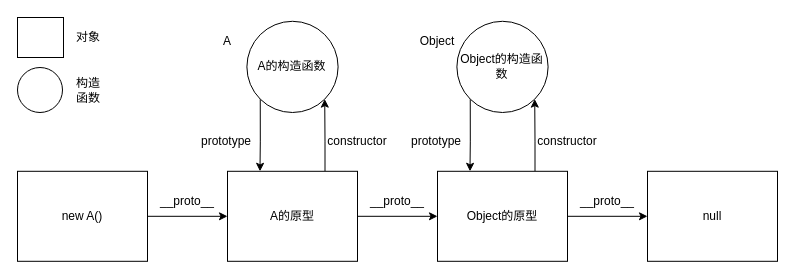
yefeiwarbler/web-interview keeps this draw.io diagram as assets/drawio/001-1.drawio. Above is the earlier version. Source tidied: cells renumbered, new cells numbered last; positions are measured from the earlier drawing's top-left corner, leaving out a move shared by most shapes. Both pictures are drawn from the tidied source at 100%, with x=0, y=0 at pixel (17, 17).
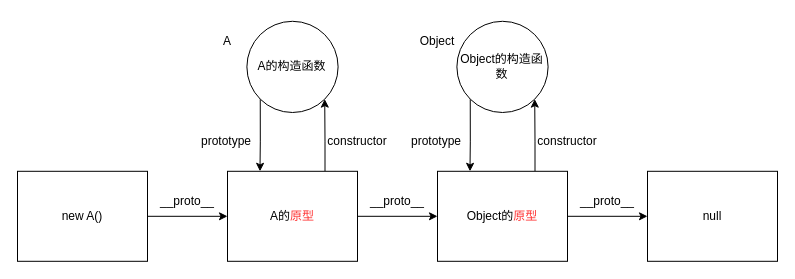
Above is the later version.

Diff of the diagram source:
```diff
@@
-    <mxCell id="11" value="A的原型" style="rounded=0;whiteSpace=wrap;html=1;" parent="1" vertex="1">
+    <mxCell id="11" value="A的&lt;font color=&quot;#ff3333&quot;&gt;原型&lt;/font&gt;" style="rounded=0;whiteSpace=wrap;html=1;" parent="1" vertex="1">
       <mxGeometry x="210" y="153.8" width="130" height="90" as="geometry" />
     </mxCell>
@@
-    <mxCell id="14" value="Object的原型" style="rounded=0;whiteSpace=wrap;html=1;" parent="1" vertex="1">
+    <mxCell id="14" value="Object的&lt;span style=&quot;color: rgb(255 , 51 , 51)&quot;&gt;原型&lt;/span&gt;" style="rounded=0;whiteSpace=wrap;html=1;" parent="1" vertex="1">
       <mxGeometry x="420" y="153.8" width="130" height="90" as="geometry" />
     </mxCell>
@@
-    <mxCell id="24" style="rounded=0;whiteSpace=wrap;html=1;" parent="1" vertex="1">
-      <mxGeometry width="46" height="40" as="geometry" />
-    </mxCell>
-    <mxCell id="25" style="ellipse;whiteSpace=wrap;html=1;" parent="1" vertex="1">
-      <mxGeometry y="50" width="45" height="45" as="geometry" />
-    </mxCell>
-    <mxCell id="26" value="对象" style="text;html=1;strokeColor=none;fillColor=none;align=center;verticalAlign=middle;whiteSpace=wrap;rounded=0;" parent="1" vertex="1">
-      <mxGeometry x="56" y="10" width="30" height="20" as="geometry" />
-    </mxCell>
-    <mxCell id="27" value="构造函数" style="text;html=1;strokeColor=none;fillColor=none;align=center;verticalAlign=middle;whiteSpace=wrap;rounded=0;" parent="1" vertex="1">
-      <mxGeometry x="56" y="62.5" width="30" height="20" as="geometry" />
-    </mxCell>
```
